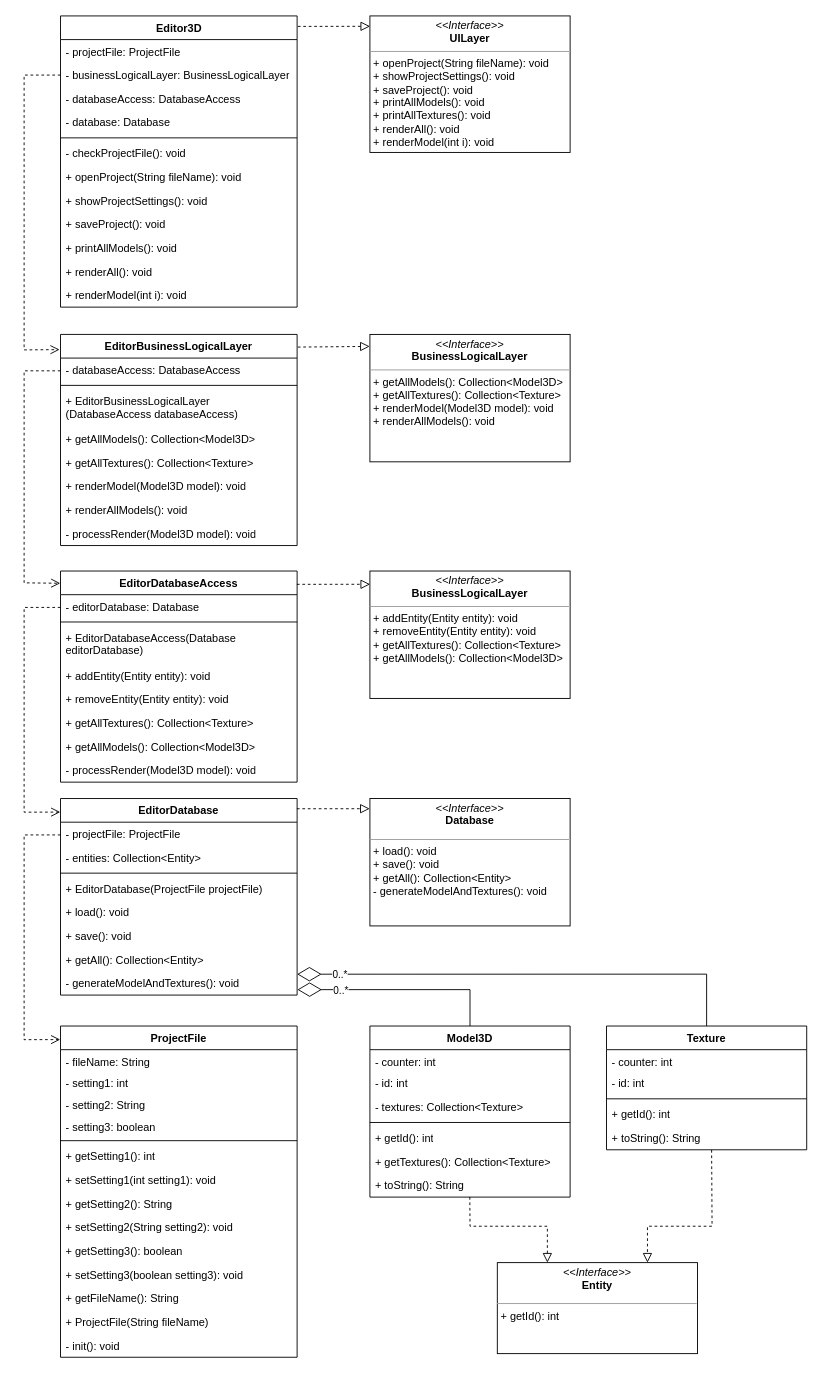
Above: src/GeekBrains/Архитектура/Seminar_5/Seminar_5.drawio in dmitriy-monin/Java (draw.io), before the change. Source tidied: cells renumbered, new cells numbered last; positions are measured from the earlier drawing's top-left corner, leaving out a move shared by most shapes. Both pictures are drawn from the tidied source at 91%, with x=0, y=0 at pixel (24, 15).
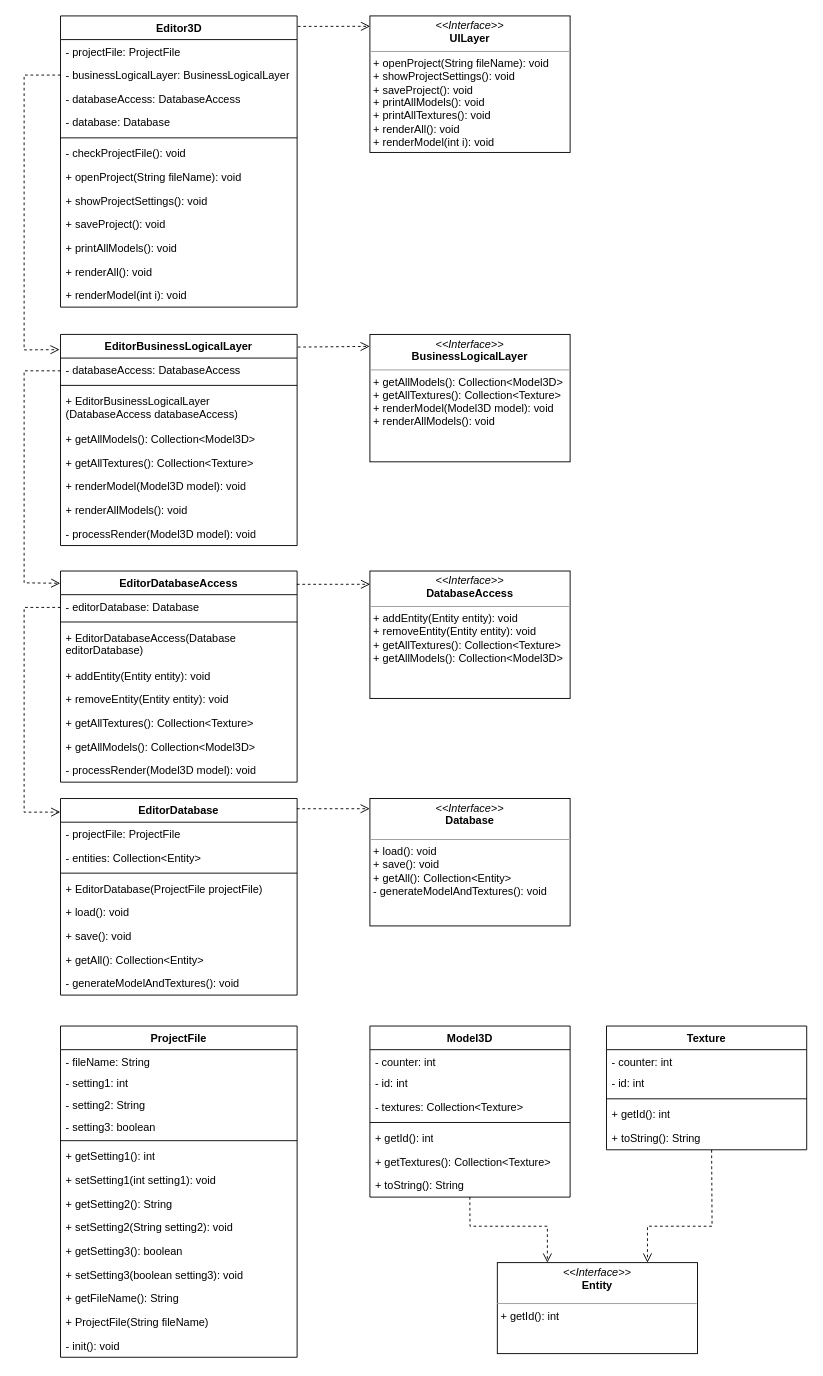
Above is the later version.

Unchanged cells that the change refers to:
```xml
<mxCell id="2" value="EditorBusinessLogicalLayer" style="swimlane;fontStyle=1;align=center;verticalAlign=top;horizontal=1;startSize=26;whiteSpace=wrap;html=1;labelBackgroundColor=none;" parent="1" vertex="1">
  <mxGeometry x="40" y="350" width="260" height="232" as="geometry" />
</mxCell>
<mxCell id="11" value="&lt;p style=&quot;margin:0px;margin-top:4px;text-align:center;&quot;&gt;&lt;i&gt;&amp;lt;&amp;lt;Interface&amp;gt;&amp;gt;&lt;/i&gt;&lt;br&gt;&lt;b&gt;&lt;span style=&quot;text-align: left;&quot;&gt;BusinessLogicalLayer&lt;/span&gt;&lt;/b&gt;&lt;/p&gt;&lt;hr size=&quot;1&quot;&gt;&lt;p style=&quot;margin:0px;margin-left:4px;&quot;&gt;+&amp;nbsp;getAllModels():&amp;nbsp;Collection&amp;lt;Model3D&amp;gt;&lt;/p&gt;&lt;p style=&quot;margin:0px;margin-left:4px;&quot;&gt;+&amp;nbsp;getAllTextures():&amp;nbsp;Collection&amp;lt;Texture&amp;gt;&lt;/p&gt;&lt;p style=&quot;margin:0px;margin-left:4px;&quot;&gt;+&amp;nbsp;renderModel(Model3D model):&amp;nbsp;void&lt;/p&gt;&lt;p style=&quot;margin:0px;margin-left:4px;&quot;&gt;+&amp;nbsp;renderAllModels():&amp;nbsp;void&lt;/p&gt;" style="verticalAlign=top;align=left;overflow=fill;fontSize=12;fontFamily=Helvetica;html=1;labelBackgroundColor=none;" parent="1" vertex="1">
  <mxGeometry x="380" y="350" width="220" height="140" as="geometry" />
</mxCell>
<mxCell id="13" value="Editor3D" style="swimlane;fontStyle=1;align=center;verticalAlign=top;horizontal=1;startSize=26;labelBackgroundColor=none;fontFamily=Helvetica;fontColor=#000000;html=1;" parent="1" vertex="1">
  <mxGeometry x="40" width="260" height="320" as="geometry" />
</mxCell>
<mxCell id="26" value="&lt;p style=&quot;margin:0px;margin-top:4px;text-align:center;&quot;&gt;&lt;i&gt;&amp;lt;&amp;lt;Interface&amp;gt;&amp;gt;&lt;/i&gt;&lt;br&gt;&lt;b&gt;UILayer&lt;/b&gt;&lt;/p&gt;&lt;hr size=&quot;1&quot;&gt;&lt;p style=&quot;margin:0px;margin-left:4px;&quot;&gt;+&amp;nbsp;openProject(String fileName):&amp;nbsp;void&lt;/p&gt;&lt;p style=&quot;margin:0px;margin-left:4px;&quot;&gt;+&amp;nbsp;showProjectSettings():&amp;nbsp;void&lt;/p&gt;&lt;p style=&quot;margin:0px;margin-left:4px;&quot;&gt;+&amp;nbsp;saveProject():&amp;nbsp;void&lt;/p&gt;&lt;p style=&quot;margin:0px;margin-left:4px;&quot;&gt;+&amp;nbsp;printAllModels():&amp;nbsp;void&lt;/p&gt;&lt;p style=&quot;margin:0px;margin-left:4px;&quot;&gt;+&amp;nbsp;printAllTextures():&amp;nbsp;void&lt;/p&gt;&lt;p style=&quot;margin:0px;margin-left:4px;&quot;&gt;+&amp;nbsp;renderAll():&amp;nbsp;void&lt;/p&gt;&lt;p style=&quot;margin:0px;margin-left:4px;&quot;&gt;+&amp;nbsp;renderModel(int i):&amp;nbsp;void&lt;/p&gt;&lt;p style=&quot;margin:0px;margin-left:4px;&quot;&gt;&lt;br&gt;&lt;/p&gt;" style="verticalAlign=top;align=left;overflow=fill;fontSize=12;fontFamily=Helvetica;html=1;labelBackgroundColor=none;fontColor=#000000;" parent="1" vertex="1">
  <mxGeometry x="380" width="220" height="150" as="geometry" />
</mxCell>
<mxCell id="28" value="EditorDatabaseAccess" style="swimlane;fontStyle=1;align=center;verticalAlign=top;horizontal=1;startSize=26;whiteSpace=wrap;html=1;fontFamily=Helvetica;fontColor=#000000;labelBackgroundColor=none;" parent="1" vertex="1">
  <mxGeometry x="40" y="610" width="260" height="232" as="geometry" />
</mxCell>
<mxCell id="38" value="EditorDatabase" style="swimlane;fontStyle=1;align=center;verticalAlign=top;horizontal=1;startSize=26;whiteSpace=wrap;html=1;fontFamily=Helvetica;fontColor=#000000;labelBackgroundColor=none;" parent="1" vertex="1">
  <mxGeometry x="40" y="860" width="260" height="216" as="geometry" />
</mxCell>
<mxCell id="46" value="-&amp;nbsp;&lt;span style=&quot;&quot;&gt;generateModelAndTextures&lt;/span&gt;&lt;span style=&quot;&quot;&gt;()&lt;/span&gt;&lt;span style=&quot;&quot;&gt;:&amp;nbsp;&lt;/span&gt;&lt;span style=&quot;&quot;&gt;void&lt;/span&gt;" style="text;strokeColor=none;fillColor=none;align=left;verticalAlign=top;spacingLeft=4;spacingRight=4;overflow=hidden;points=[[0,0.5],[1,0.5]];portConstraint=eastwest;labelBackgroundColor=none;fontFamily=Helvetica;fontColor=#000000;html=1;" parent="38" vertex="1">
  <mxGeometry y="190" width="260" height="26" as="geometry" />
</mxCell>
<mxCell id="47" value="&lt;p style=&quot;margin: 4px 0px 0px; text-align: center;&quot;&gt;&lt;i&gt;&amp;lt;&amp;lt;Interface&amp;gt;&amp;gt;&lt;/i&gt;&lt;br&gt;&lt;/p&gt;&lt;div style=&quot;text-align: center;&quot;&gt;&lt;span style=&quot;&quot;&gt;&lt;b&gt;Database&lt;/b&gt;&lt;/span&gt;&lt;/div&gt;&lt;p&gt;&lt;/p&gt;&lt;hr size=&quot;1&quot;&gt;&lt;p style=&quot;margin:0px;margin-left:4px;&quot;&gt;+&amp;nbsp;&lt;span style=&quot;&quot;&gt;load&lt;/span&gt;&lt;span style=&quot;&quot;&gt;(): void&lt;/span&gt;&lt;br&gt;&lt;/p&gt;&lt;p style=&quot;margin:0px;margin-left:4px;&quot;&gt;+&amp;nbsp;&lt;span style=&quot;&quot;&gt;save&lt;/span&gt;&lt;span style=&quot;&quot;&gt;()&lt;/span&gt;&lt;span style=&quot;&quot;&gt;: void&lt;/span&gt;&lt;span style=&quot;&quot;&gt;&lt;br&gt;&lt;/span&gt;&lt;/p&gt;&lt;p style=&quot;margin:0px;margin-left:4px;&quot;&gt;+&amp;nbsp;&lt;span style=&quot;&quot;&gt;getAll&lt;/span&gt;&lt;span style=&quot;&quot;&gt;()&lt;/span&gt;&lt;span style=&quot;&quot;&gt;:&amp;nbsp;&lt;/span&gt;&lt;span style=&quot;&quot;&gt;Collection&amp;lt;Entity&amp;gt;&lt;/span&gt;&lt;span style=&quot;&quot;&gt;&lt;br&gt;&lt;/span&gt;&lt;/p&gt;&lt;p style=&quot;margin:0px;margin-left:4px;&quot;&gt;-&amp;nbsp;&lt;span style=&quot;&quot;&gt;generateModelAndTextures&lt;/span&gt;&lt;span style=&quot;&quot;&gt;()&lt;/span&gt;&lt;span style=&quot;&quot;&gt;:&amp;nbsp;&lt;/span&gt;&lt;span style=&quot;&quot;&gt;void&lt;/span&gt;&lt;span style=&quot;&quot;&gt;&lt;br&gt;&lt;/span&gt;&lt;/p&gt;" style="verticalAlign=top;align=left;overflow=fill;fontSize=12;fontFamily=Helvetica;html=1;fontColor=#000000;labelBackgroundColor=none;" parent="1" vertex="1">
  <mxGeometry x="380" y="860" width="220" height="140" as="geometry" />
</mxCell>
<mxCell id="50" value="Model3D" style="swimlane;fontStyle=1;align=center;verticalAlign=top;horizontal=1;startSize=26;whiteSpace=wrap;html=1;fontFamily=Helvetica;fontColor=#000000;labelBackgroundColor=none;" parent="1" vertex="1">
  <mxGeometry x="380" y="1110" width="220" height="188" as="geometry" />
</mxCell>
<mxCell id="57" value="+&amp;nbsp;&lt;span style=&quot;&quot;&gt;toString&lt;/span&gt;&lt;span style=&quot;&quot;&gt;()&lt;/span&gt;&lt;span style=&quot;&quot;&gt;:&amp;nbsp;&lt;/span&gt;&lt;span style=&quot;&quot;&gt;String&lt;/span&gt;" style="text;strokeColor=none;fillColor=none;align=left;verticalAlign=top;spacingLeft=4;spacingRight=4;overflow=hidden;points=[[0,0.5],[1,0.5]];portConstraint=eastwest;labelBackgroundColor=none;fontFamily=Helvetica;fontColor=default;html=1;" parent="50" vertex="1">
  <mxGeometry y="162" width="220" height="26" as="geometry" />
</mxCell>
<mxCell id="58" value="&lt;p style=&quot;margin: 4px 0px 0px; text-align: center;&quot;&gt;&lt;i&gt;&amp;lt;&amp;lt;Interface&amp;gt;&amp;gt;&lt;/i&gt;&lt;br&gt;&lt;/p&gt;&lt;div style=&quot;text-align: center;&quot;&gt;&lt;span style=&quot;&quot;&gt;&lt;b&gt;Entity&lt;/b&gt;&lt;/span&gt;&lt;/div&gt;&lt;p&gt;&lt;/p&gt;&lt;hr size=&quot;1&quot;&gt;&lt;p style=&quot;margin:0px;margin-left:4px;&quot;&gt;+&amp;nbsp;getId(): int&lt;br&gt;&lt;/p&gt;" style="verticalAlign=top;align=left;overflow=fill;fontSize=12;fontFamily=Helvetica;html=1;fontColor=#000000;labelBackgroundColor=none;" parent="1" vertex="1">
  <mxGeometry x="520" y="1370" width="220" height="100" as="geometry" />
</mxCell>
<mxCell id="59" value="Texture" style="swimlane;fontStyle=1;align=center;verticalAlign=top;horizontal=1;startSize=26;whiteSpace=wrap;html=1;fontFamily=Helvetica;fontColor=#000000;labelBackgroundColor=none;" parent="1" vertex="1">
  <mxGeometry x="640" y="1110" width="220" height="136" as="geometry" />
</mxCell>
<mxCell id="64" value="+&amp;nbsp;&lt;span style=&quot;&quot;&gt;toString&lt;/span&gt;&lt;span style=&quot;&quot;&gt;()&lt;/span&gt;&lt;span style=&quot;&quot;&gt;:&amp;nbsp;&lt;/span&gt;&lt;span style=&quot;&quot;&gt;String&lt;/span&gt;" style="text;strokeColor=none;fillColor=none;align=left;verticalAlign=top;spacingLeft=4;spacingRight=4;overflow=hidden;points=[[0,0.5],[1,0.5]];portConstraint=eastwest;labelBackgroundColor=none;fontFamily=Helvetica;fontColor=default;html=1;" parent="59" vertex="1">
  <mxGeometry y="110" width="220" height="26" as="geometry" />
</mxCell>
```

Change to the diagram source:
```diff
@@
-    <mxCell id="12" style="html=1;verticalAlign=bottom;endArrow=block;dashed=1;endSize=8;rounded=0;fontFamily=Helvetica;fontColor=#000000;exitX=1.003;exitY=0.06;exitDx=0;exitDy=0;exitPerimeter=0;entryX=-0.001;entryY=0.094;entryDx=0;entryDy=0;entryPerimeter=0;labelBackgroundColor=none;endFill=0;" parent="1" edge="1" source="2" target="11">
+    <mxCell id="12" style="html=1;verticalAlign=bottom;endArrow=open;dashed=1;endSize=8;rounded=0;fontFamily=Helvetica;fontColor=#000000;exitX=1.003;exitY=0.06;exitDx=0;exitDy=0;exitPerimeter=0;entryX=-0.001;entryY=0.094;entryDx=0;entryDy=0;entryPerimeter=0;labelBackgroundColor=none;" parent="1" edge="1" source="2" target="11">
       <mxGeometry relative="1" as="geometry" />
     </mxCell>
@@
-    <mxCell id="27" style="html=1;verticalAlign=bottom;endArrow=block;dashed=1;endSize=8;rounded=0;fontFamily=Helvetica;fontColor=#000000;exitX=1.003;exitY=0.036;exitDx=0;exitDy=0;exitPerimeter=0;entryX=0.001;entryY=0.076;entryDx=0;entryDy=0;entryPerimeter=0;labelBackgroundColor=none;endFill=0;" parent="1" edge="1" source="13" target="26">
+    <mxCell id="27" style="html=1;verticalAlign=bottom;endArrow=open;dashed=1;endSize=8;rounded=0;fontFamily=Helvetica;fontColor=#000000;exitX=1.003;exitY=0.036;exitDx=0;exitDy=0;exitPerimeter=0;entryX=0.001;entryY=0.076;entryDx=0;entryDy=0;entryPerimeter=0;labelBackgroundColor=none;" parent="1" edge="1" source="13" target="26">
       <mxGeometry relative="1" as="geometry" />
     </mxCell>
@@
-    <mxCell id="37" value="&lt;p style=&quot;margin:0px;margin-top:4px;text-align:center;&quot;&gt;&lt;i&gt;&amp;lt;&amp;lt;Interface&amp;gt;&amp;gt;&lt;/i&gt;&lt;br&gt;&lt;b&gt;&lt;span style=&quot;text-align: left;&quot;&gt;BusinessLogicalLayer&lt;/span&gt;&lt;/b&gt;&lt;/p&gt;&lt;hr size=&quot;1&quot;&gt;&lt;p style=&quot;margin:0px;margin-left:4px;&quot;&gt;+&amp;nbsp;&lt;span style=&quot;&quot;&gt;addEntity&lt;/span&gt;&lt;span style=&quot;&quot;&gt;(Entity entity): void&lt;/span&gt;&lt;/p&gt;&lt;p style=&quot;margin:0px;margin-left:4px;&quot;&gt;+&amp;nbsp;&lt;span style=&quot;&quot;&gt;removeEntity&lt;/span&gt;&lt;span style=&quot;&quot;&gt;(Entity entity)&lt;/span&gt;&lt;span style=&quot;&quot;&gt;:&amp;nbsp;void&lt;/span&gt;&lt;/p&gt;&lt;p style=&quot;margin:0px;margin-left:4px;&quot;&gt;+&amp;nbsp;&lt;span style=&quot;&quot;&gt;getAllTextures&lt;/span&gt;&lt;span style=&quot;&quot;&gt;()&lt;/span&gt;&lt;span style=&quot;&quot;&gt;:&amp;nbsp;&lt;/span&gt;&lt;span style=&quot;&quot;&gt;Collection&amp;lt;Texture&amp;gt;&lt;/span&gt;&lt;/p&gt;&lt;p style=&quot;margin:0px;margin-left:4px;&quot;&gt;+&amp;nbsp;&lt;span style=&quot;&quot;&gt;getAllModels&lt;/span&gt;&lt;span style=&quot;&quot;&gt;()&lt;/span&gt;&lt;span style=&quot;&quot;&gt;:&amp;nbsp;&lt;/span&gt;&lt;span style=&quot;&quot;&gt;Collection&amp;lt;Model3D&amp;gt;&lt;/span&gt;&lt;/p&gt;" style="verticalAlign=top;align=left;overflow=fill;fontSize=12;fontFamily=Helvetica;html=1;fontColor=#000000;labelBackgroundColor=none;" parent="1" vertex="1">
+    <mxCell id="37" value="&lt;p style=&quot;margin:0px;margin-top:4px;text-align:center;&quot;&gt;&lt;i&gt;&amp;lt;&amp;lt;Interface&amp;gt;&amp;gt;&lt;/i&gt;&lt;br&gt;&lt;span style=&quot;font-weight: 700;&quot;&gt;DatabaseAccess&lt;/span&gt;&lt;br&gt;&lt;/p&gt;&lt;hr size=&quot;1&quot;&gt;&lt;p style=&quot;margin:0px;margin-left:4px;&quot;&gt;+&amp;nbsp;&lt;span style=&quot;&quot;&gt;addEntity&lt;/span&gt;&lt;span style=&quot;&quot;&gt;(Entity entity): void&lt;/span&gt;&lt;/p&gt;&lt;p style=&quot;margin:0px;margin-left:4px;&quot;&gt;+&amp;nbsp;&lt;span style=&quot;&quot;&gt;removeEntity&lt;/span&gt;&lt;span style=&quot;&quot;&gt;(Entity entity)&lt;/span&gt;&lt;span style=&quot;&quot;&gt;:&amp;nbsp;void&lt;/span&gt;&lt;/p&gt;&lt;p style=&quot;margin:0px;margin-left:4px;&quot;&gt;+&amp;nbsp;&lt;span style=&quot;&quot;&gt;getAllTextures&lt;/span&gt;&lt;span style=&quot;&quot;&gt;()&lt;/span&gt;&lt;span style=&quot;&quot;&gt;:&amp;nbsp;&lt;/span&gt;&lt;span style=&quot;&quot;&gt;Collection&amp;lt;Texture&amp;gt;&lt;/span&gt;&lt;/p&gt;&lt;p style=&quot;margin:0px;margin-left:4px;&quot;&gt;+&amp;nbsp;&lt;span style=&quot;&quot;&gt;getAllModels&lt;/span&gt;&lt;span style=&quot;&quot;&gt;()&lt;/span&gt;&lt;span style=&quot;&quot;&gt;:&amp;nbsp;&lt;/span&gt;&lt;span style=&quot;&quot;&gt;Collection&amp;lt;Model3D&amp;gt;&lt;/span&gt;&lt;/p&gt;" style="verticalAlign=top;align=left;overflow=fill;fontSize=12;fontFamily=Helvetica;html=1;fontColor=#000000;labelBackgroundColor=none;" parent="1" vertex="1">
       <mxGeometry x="380" y="610" width="220" height="140" as="geometry" />
     </mxCell>
@@
-    <mxCell id="48" style="html=1;verticalAlign=bottom;endArrow=block;dashed=1;endSize=8;rounded=0;labelBackgroundColor=none;fontFamily=Helvetica;fontColor=#000000;exitX=0.999;exitY=0.063;exitDx=0;exitDy=0;exitPerimeter=0;entryX=0.001;entryY=0.104;entryDx=0;entryDy=0;entryPerimeter=0;endFill=0;" parent="1" edge="1" source="28" target="37">
+    <mxCell id="48" style="html=1;verticalAlign=bottom;endArrow=open;dashed=1;endSize=8;rounded=0;labelBackgroundColor=none;fontFamily=Helvetica;fontColor=#000000;exitX=0.999;exitY=0.063;exitDx=0;exitDy=0;exitPerimeter=0;entryX=0.001;entryY=0.104;entryDx=0;entryDy=0;entryPerimeter=0;" parent="1" edge="1" source="28" target="37">
       <mxGeometry relative="1" as="geometry" />
     </mxCell>
-    <mxCell id="49" style="html=1;verticalAlign=bottom;endArrow=block;dashed=1;endSize=8;rounded=0;labelBackgroundColor=none;fontFamily=Helvetica;fontColor=#000000;entryX=-0.001;entryY=0.08;entryDx=0;entryDy=0;entryPerimeter=0;exitX=0.999;exitY=0.052;exitDx=0;exitDy=0;exitPerimeter=0;endFill=0;" parent="1" edge="1" source="38" target="47">
+    <mxCell id="49" style="html=1;verticalAlign=bottom;endArrow=open;dashed=1;endSize=8;rounded=0;labelBackgroundColor=none;fontFamily=Helvetica;fontColor=#000000;entryX=-0.001;entryY=0.08;entryDx=0;entryDy=0;entryPerimeter=0;exitX=0.999;exitY=0.052;exitDx=0;exitDy=0;exitPerimeter=0;" parent="1" edge="1" source="38" target="47">
       <mxGeometry relative="1" as="geometry" />
     </mxCell>
@@
-    <mxCell id="65" style="html=1;verticalAlign=bottom;endArrow=block;dashed=1;endSize=8;rounded=0;labelBackgroundColor=none;fontFamily=Helvetica;fontColor=default;entryX=0.25;entryY=0;entryDx=0;entryDy=0;exitX=0.499;exitY=0.994;exitDx=0;exitDy=0;exitPerimeter=0;endFill=0;" parent="1" edge="1" source="57" target="58">
+    <mxCell id="65" style="html=1;verticalAlign=bottom;endArrow=open;dashed=1;endSize=8;rounded=0;labelBackgroundColor=none;fontFamily=Helvetica;fontColor=default;entryX=0.25;entryY=0;entryDx=0;entryDy=0;exitX=0.499;exitY=0.994;exitDx=0;exitDy=0;exitPerimeter=0;" parent="1" edge="1" source="57" target="58">
       <mxGeometry relative="1" as="geometry">
         <Array as="points">
           <mxPoint x="490" y="1330" />
           <mxPoint x="575" y="1330" />
         </Array>
       </mxGeometry>
     </mxCell>
@@
-    <mxCell id="81" style="html=1;verticalAlign=bottom;endArrow=block;dashed=1;endSize=8;rounded=0;labelBackgroundColor=none;fontFamily=Helvetica;fontColor=default;entryX=0.75;entryY=0;entryDx=0;entryDy=0;exitX=0.525;exitY=1.008;exitDx=0;exitDy=0;exitPerimeter=0;endFill=0;" parent="1" edge="1" source="64" target="58">
+    <mxCell id="81" style="html=1;verticalAlign=bottom;endArrow=open;dashed=1;endSize=8;rounded=0;labelBackgroundColor=none;fontFamily=Helvetica;fontColor=default;entryX=0.75;entryY=0;entryDx=0;entryDy=0;exitX=0.525;exitY=1.008;exitDx=0;exitDy=0;exitPerimeter=0;" parent="1" edge="1" source="64" target="58">
       <mxGeometry relative="1" as="geometry">
         <Array as="points">
           <mxPoint x="756" y="1330" />
           <mxPoint x="685" y="1330" />
         </Array>
       </mxGeometry>
     </mxCell>
@@
-    <mxCell id="85" style="endArrow=diamondThin;endFill=0;endSize=24;html=1;rounded=0;labelBackgroundColor=none;fontFamily=Helvetica;fontColor=default;entryX=1.001;entryY=0.77;entryDx=0;entryDy=0;exitX=0.5;exitY=0;exitDx=0;exitDy=0;entryPerimeter=0;" parent="1" edge="1" source="50" target="46">
-      <mxGeometry relative="1" as="geometry">
-        <Array as="points">
-          <mxPoint x="490" y="1070" />
-        </Array>
-      </mxGeometry>
-    </mxCell>
-    <mxCell id="86" value="0..*" style="edgeLabel;html=1;align=center;verticalAlign=middle;fontFamily=Helvetica;fontColor=default;" parent="85" vertex="1">
-      <mxGeometry x="0.59" relative="1" as="geometry" />
-    </mxCell>
-    <mxCell id="87" style="endArrow=diamondThin;endFill=0;endSize=24;html=1;rounded=0;labelBackgroundColor=none;fontFamily=Helvetica;fontColor=default;entryX=1;entryY=0.117;entryDx=0;entryDy=0;exitX=0.5;exitY=0;exitDx=0;exitDy=0;entryPerimeter=0;" parent="1" edge="1" source="59" target="46">
-      <mxGeometry relative="1" as="geometry">
-        <Array as="points">
-          <mxPoint x="750" y="1053" />
-        </Array>
-      </mxGeometry>
-    </mxCell>
-    <mxCell id="88" value="0..*" style="edgeLabel;html=1;align=center;verticalAlign=middle;fontFamily=Helvetica;fontColor=default;" parent="87" vertex="1">
-      <mxGeometry x="0.82" relative="1" as="geometry" />
-    </mxCell>
-    <mxCell id="89" style="html=1;verticalAlign=bottom;endArrow=open;dashed=1;endSize=8;rounded=0;fontFamily=Helvetica;fontColor=#000000;exitX=0;exitY=0.5;exitDx=0;exitDy=0;entryX=-0.001;entryY=0.069;entryDx=0;entryDy=0;entryPerimeter=0;labelBackgroundColor=none;" parent="1" edge="1">
-      <mxGeometry relative="1" as="geometry">
-        <mxPoint x="40" y="900" as="sourcePoint" />
-        <mxPoint x="39.7" y="1124.9" as="targetPoint" />
-        <Array as="points">
-          <mxPoint y="900" />
-          <mxPoint y="1125" />
-        </Array>
-      </mxGeometry>
-    </mxCell>
```
